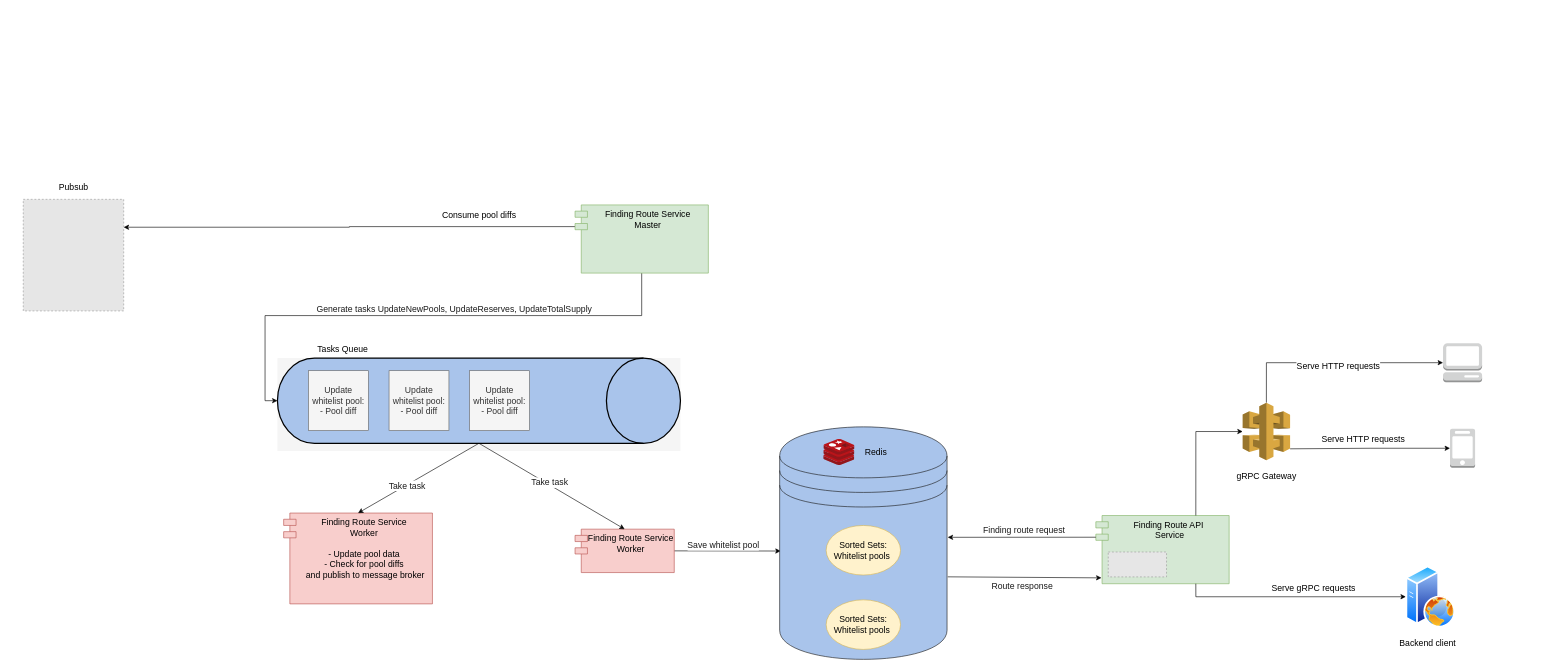
Before: Finding route service diagram.drawio in piavgh/draw.io-data, a draw.io diagram. Source tidied: cells renumbered, new cells numbered last; positions are measured from the earlier drawing's top-left corner, leaving out a move shared by most shapes. Both pictures are drawn from the tidied source at 62%, with x=0, y=0 at pixel (23, 180). Pictures stored in the file or linked from it are replaced by grey dashed boxes.
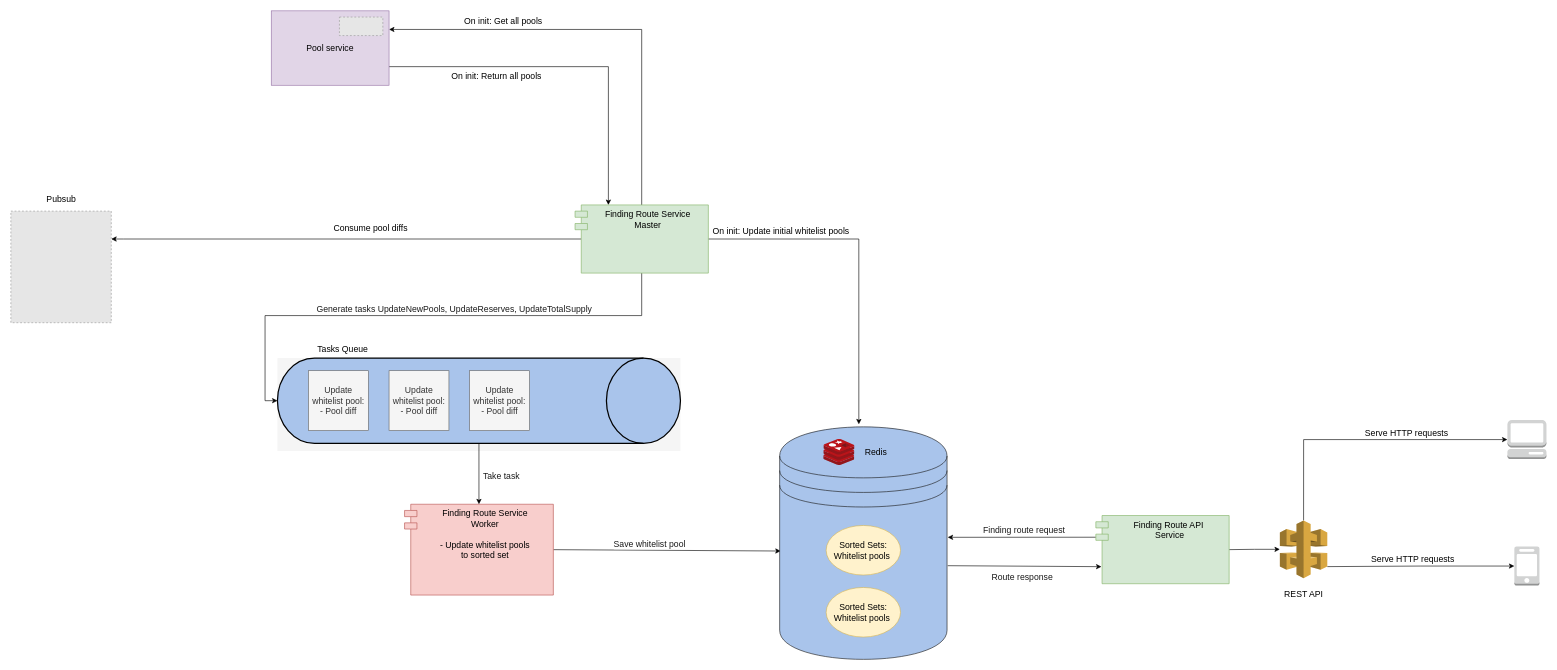
Above is the later version.

The change refers to these unchanged cells:
```xml
<mxCell id="8" style="group;fontStyle=0;fillColor=#f5f5f5;fontColor=#333333;strokeColor=none;fontSize=14;" parent="1" vertex="1">
  <mxGeometry x="410" y="286" width="650" height="150" as="geometry" />
</mxCell>
<mxCell id="9" style="strokeWidth=2;html=1;shape=mxgraph.flowchart.direct_data;whiteSpace=wrap;fontSize=14;fillColor=#A9C4EB;fontColor=#A9C4EB;fontStyle=0;" parent="8" vertex="1">
  <mxGeometry width="650" height="137.5" as="geometry" />
</mxCell>
<mxCell id="13" style="rounded=0;jettySize=auto;html=1;exitX=0.5;exitY=1;exitDx=0;exitDy=0;exitPerimeter=0;entryX=0.5;entryY=0;entryDx=0;entryDy=0;fontSize=14;fontColor=#1A1A1A;startArrow=none;startFill=0;endArrow=classic;endFill=1;" parent="1" edge="1" source="9" target="7">
  <mxGeometry relative="1" as="geometry" />
</mxCell>
<mxCell id="32" style="outlineConnect=0;dashed=0;verticalLabelPosition=bottom;verticalAlign=top;align=center;html=1;shape=mxgraph.aws3.api_gateway;fillColor=#D9A741;gradientColor=none;fontSize=14;" parent="31" vertex="1">
  <mxGeometry x="16.8" width="76.5" height="93" as="geometry" />
</mxCell>
<mxCell id="41" value="Finding Route Service&#10;Master" style="shape=module;align=left;spacingLeft=20;align=center;verticalAlign=top;fontSize=14;fontStyle=0;fillColor=#d5e8d4;strokeColor=#82b366;" parent="1" vertex="1">
  <mxGeometry x="890" y="39" width="215" height="110" as="geometry" />
</mxCell>
<mxCell id="42" style="group;fontSize=14;" parent="1" vertex="1">
  <mxGeometry x="1220" y="397" width="270" height="375" as="geometry" />
</mxCell>
<mxCell id="43" style="shape=datastore;whiteSpace=wrap;html=1;fontSize=14;fontColor=#1A1A1A;strokeColor=#1A1A1A;fillColor=#A9C4EB;" parent="42" vertex="1">
  <mxGeometry width="270" height="375" as="geometry" />
</mxCell>
<mxCell id="49" style="fillColor=#E6E6E6;strokeColor=#999999;dashed=1;verticalLabelPosition=bottom;labelBackgroundColor=#ffffff;verticalAlign=top;fontSize=14;" parent="48" vertex="1">
  <mxGeometry y="30" width="162" height="180" as="geometry" />
</mxCell>
```

What changed in the source:
```diff
@@
-    <mxCell id="4" style="edgeStyle=none;rounded=0;jettySize=auto;html=1;exitX=1;exitY=0.5;exitDx=0;exitDy=0;fontSize=14;fontColor=#1A1A1A;startArrow=none;startFill=0;endArrow=classic;endFill=1;entryX=0.006;entryY=0.534;entryDx=0;entryDy=0;entryPerimeter=0;" parent="1" edge="1" source="6" target="43">
+    <mxCell id="4" style="edgeStyle=none;rounded=0;jettySize=auto;html=1;exitX=1;exitY=0.5;exitDx=0;exitDy=0;fontSize=14;fontColor=#1A1A1A;startArrow=none;startFill=0;endArrow=classic;endFill=1;entryX=0.006;entryY=0.534;entryDx=0;entryDy=0;entryPerimeter=0;" parent="1" edge="1" source="7" target="43">
       <mxGeometry relative="1" as="geometry" />
     </mxCell>
@@
-    <mxCell id="6" value="Finding Route Service&#10;Worker" style="shape=module;align=left;spacingLeft=20;align=center;verticalAlign=top;fontSize=14;fontStyle=0;fillColor=#f8cecc;strokeColor=#b85450;" parent="1" vertex="1">
-      <mxGeometry x="890" y="562" width="160" height="70" as="geometry" />
-    </mxCell>
-    <mxCell id="7" value="Finding Route Service&#10;Worker&#10;&#10;- Update pool data&#10;- Check for pool diffs&#10; and publish to message broker" style="shape=module;align=left;spacingLeft=20;align=center;verticalAlign=top;fontSize=14;fontStyle=0;fillColor=#f8cecc;strokeColor=#b85450;" parent="1" vertex="1">
-      <mxGeometry x="420" y="536" width="240" height="146.5" as="geometry" />
+    <mxCell id="7" value="Finding Route Service&#10;Worker&#10;&#10;- Update whitelist pools &#10;to sorted set" style="shape=module;align=left;spacingLeft=20;align=center;verticalAlign=top;fontSize=14;fontStyle=0;fillColor=#f8cecc;strokeColor=#b85450;" parent="1" vertex="1">
+      <mxGeometry x="615" y="521.8" width="240" height="146.5" as="geometry" />
     </mxCell>
@@
-    <mxCell id="10" value="&lt;font style=&quot;font-size: 14px;&quot;&gt;Update whitelist pool:&lt;br&gt;- Pool diff&lt;br style=&quot;font-size: 14px;&quot;&gt;&lt;/font&gt;" style="whiteSpace=wrap;html=1;fontSize=14;fillColor=#f5f5f5;spacingLeft=2;spacingBottom=2;spacingRight=2;spacingTop=2;strokeColor=#666666;fontStyle=0;fontColor=#333333;" parent="8" vertex="1">
+    <mxCell id="10" value="&lt;font style=&quot;font-size: 14px;&quot;&gt;Update whitelist pool:&lt;br style=&quot;font-size: 14px;&quot;&gt;- Pool diff&lt;br style=&quot;font-size: 14px;&quot;&gt;&lt;/font&gt;" style="whiteSpace=wrap;html=1;fontSize=14;fillColor=#f5f5f5;spacingLeft=2;spacingBottom=2;spacingRight=2;spacingTop=2;strokeColor=#666666;fontStyle=0;fontColor=#333333;" parent="8" vertex="1">
       <mxGeometry x="50" y="20.4" width="96.6" height="96.6" as="geometry" />
     </mxCell>
-    <mxCell id="11" value="&lt;font style=&quot;font-size: 14px;&quot;&gt;Update whitelist pool:&lt;br&gt;- Pool diff&lt;br style=&quot;font-size: 14px;&quot;&gt;&lt;/font&gt;" style="whiteSpace=wrap;html=1;fontSize=14;fillColor=#f5f5f5;spacingLeft=2;spacingBottom=2;spacingRight=2;spacingTop=2;strokeColor=#666666;fontStyle=0;fontColor=#333333;" parent="8" vertex="1">
+    <mxCell id="11" value="&lt;font style=&quot;font-size: 14px;&quot;&gt;Update whitelist pool:&lt;br style=&quot;font-size: 14px;&quot;&gt;- Pool diff&lt;br style=&quot;font-size: 14px;&quot;&gt;&lt;/font&gt;" style="whiteSpace=wrap;html=1;fontSize=14;fillColor=#f5f5f5;spacingLeft=2;spacingBottom=2;spacingRight=2;spacingTop=2;strokeColor=#666666;fontStyle=0;fontColor=#333333;" parent="8" vertex="1">
       <mxGeometry x="180" y="20.4" width="96.6" height="96.6" as="geometry" />
     </mxCell>
-    <mxCell id="12" value="&lt;font style=&quot;font-size: 14px;&quot;&gt;Update whitelist pool:&lt;br&gt;- Pool diff&lt;br style=&quot;font-size: 14px;&quot;&gt;&lt;/font&gt;" style="whiteSpace=wrap;html=1;fontSize=14;fillColor=#f5f5f5;spacingLeft=2;spacingBottom=2;spacingRight=2;spacingTop=2;strokeColor=#666666;fontStyle=0;fontColor=#333333;" parent="8" vertex="1">
+    <mxCell id="12" value="&lt;font style=&quot;font-size: 14px;&quot;&gt;Update whitelist pool:&lt;br style=&quot;font-size: 14px;&quot;&gt;- Pool diff&lt;br style=&quot;font-size: 14px;&quot;&gt;&lt;/font&gt;" style="whiteSpace=wrap;html=1;fontSize=14;fillColor=#f5f5f5;spacingLeft=2;spacingBottom=2;spacingRight=2;spacingTop=2;strokeColor=#666666;fontStyle=0;fontColor=#333333;" parent="8" vertex="1">
       <mxGeometry x="310" y="20.4" width="96.6" height="96.6" as="geometry" />
     </mxCell>
@@
     <mxCell id="14" value="Take task" style="edgeLabel;html=1;align=center;verticalAlign=middle;fontSize=14;fontColor=#1A1A1A;" parent="13" vertex="1">
       <mxGeometry x="0.2" relative="1" as="geometry">
-        <mxPoint y="1" as="offset" />
+        <mxPoint x="35" y="-6" as="offset" />
       </mxGeometry>
     </mxCell>
-    <mxCell id="15" style="edgeStyle=none;rounded=0;jettySize=auto;html=1;exitX=0.5;exitY=1;exitDx=0;exitDy=0;exitPerimeter=0;entryX=0.5;entryY=0;entryDx=0;entryDy=0;fontSize=14;fontColor=#1A1A1A;startArrow=none;startFill=0;endArrow=classic;endFill=1;" parent="1" edge="1" source="9" target="6">
-      <mxGeometry relative="1" as="geometry" />
-    </mxCell>
-    <mxCell id="16" value="Take task" style="edgeLabel;html=1;align=center;verticalAlign=middle;fontSize=14;fontColor=#1A1A1A;" parent="15" vertex="1">
-      <mxGeometry x="-0.05" y="3" relative="1" as="geometry" />
-    </mxCell>
-    <mxCell id="17" style="group;fontSize=14;" parent="1" vertex="1">
-      <mxGeometry x="1730" y="540" width="215" height="110" as="geometry" />
-    </mxCell>
-    <mxCell id="18" value="Finding Route API&#10; Service" style="shape=module;align=left;spacingLeft=20;align=center;verticalAlign=top;fontSize=14;fontStyle=0;fillColor=#d5e8d4;strokeColor=#82b366;" parent="17" vertex="1">
-      <mxGeometry width="215" height="110" as="geometry" />
-    </mxCell>
-    <mxCell id="19" style="fillColor=#E6E6E6;strokeColor=#999999;dashed=1;verticalLabelPosition=bottom;labelBackgroundColor=default;verticalAlign=top;fontSize=14;" parent="17" vertex="1">
-      <mxGeometry x="20" y="58.8" width="94" height="40.2" as="geometry" />
-    </mxCell>
@@
-    <mxCell id="22" style="edgeStyle=none;rounded=0;jettySize=auto;html=1;exitX=1.004;exitY=0.645;exitDx=0;exitDy=0;entryX=0.042;entryY=0.914;entryDx=0;entryDy=0;entryPerimeter=0;fontSize=14;fontColor=#1A1A1A;startArrow=none;startFill=0;endArrow=classic;endFill=1;exitPerimeter=0;" parent="1" edge="1" source="43" target="18">
-      <mxGeometry relative="1" as="geometry" />
+    <mxCell id="22" style="edgeStyle=none;rounded=0;orthogonalLoop=1;jettySize=auto;html=1;exitX=1.004;exitY=0.645;exitDx=0;exitDy=0;entryX=0.042;entryY=0.914;entryDx=0;entryDy=0;entryPerimeter=0;fontSize=14;fontColor=#1A1A1A;startArrow=none;startFill=0;endArrow=classic;endFill=1;exitPerimeter=0;" parent="1" edge="1">
+      <mxGeometry relative="1" as="geometry">
+        <mxPoint x="1491.1" y="620.9" as="sourcePoint" />
+        <mxPoint x="1739" y="622.5" as="targetPoint" />
+      </mxGeometry>
     </mxCell>
     <mxCell id="23" value="Route response" style="edgeLabel;html=1;align=center;verticalAlign=middle;fontSize=14;fontColor=#1A1A1A;" parent="1" vertex="1">
-      <mxGeometry x="1610" y="653" as="geometry" />
+      <mxGeometry x="1610" y="639" as="geometry" />
     </mxCell>
@@
     <mxCell id="25" style="outlineConnect=0;dashed=0;verticalLabelPosition=bottom;verticalAlign=top;align=center;html=1;shape=mxgraph.aws3.management_console;fillColor=#D2D3D3;gradientColor=none;fontSize=14;fontColor=#1A1A1A;strokeColor=#1A1A1A;" parent="1" vertex="1">
-      <mxGeometry x="2290" y="262" width="63" height="63" as="geometry" />
+      <mxGeometry x="2393.8" y="386" width="63" height="63" as="geometry" />
     </mxCell>
@@
     <mxCell id="27" style="outlineConnect=0;dashed=0;verticalLabelPosition=bottom;verticalAlign=top;align=center;html=1;shape=mxgraph.aws3.mobile_client;fillColor=#D2D3D3;gradientColor=none;fontSize=14;fontColor=#1A1A1A;strokeColor=#1A1A1A;" parent="1" vertex="1">
-      <mxGeometry x="2301.2" y="400" width="40.5" height="63" as="geometry" />
+      <mxGeometry x="2405" y="590" width="40.5" height="63" as="geometry" />
     </mxCell>
-    <mxCell id="28" style="edgeStyle=orthogonalEdgeStyle;rounded=0;jettySize=auto;html=1;entryX=0.75;entryY=1;entryDx=0;entryDy=0;fontSize=14;startArrow=classic;startFill=1;endArrow=none;endFill=0;" parent="1" edge="1" source="38" target="18">
-      <mxGeometry relative="1" as="geometry" />
-    </mxCell>
-    <mxCell id="29" value="Serve gRPC requests" style="edgeLabel;html=1;align=center;verticalAlign=middle;fontSize=14;" parent="28" vertex="1">
-      <mxGeometry x="0.2" y="-3" relative="1" as="geometry">
-        <mxPoint x="66" y="-12" as="offset" />
-      </mxGeometry>
-    </mxCell>
@@
     <mxCell id="31" style="group;fontSize=14;" parent="1" vertex="1">
-      <mxGeometry x="1950" y="358" width="115" height="129" as="geometry" />
+      <mxGeometry x="2010" y="548" width="115" height="129" as="geometry" />
     </mxCell>
@@
-    <mxCell id="33" value="gRPC Gateway" style="text;html=1;align=center;verticalAlign=middle;strokeColor=none;fillColor=none;fontSize=14;" parent="31" vertex="1">
-      <mxGeometry y="109" width="110" height="20" as="geometry" />
+    <mxCell id="33" value="REST API" style="text;html=1;align=center;verticalAlign=middle;strokeColor=none;fillColor=none;fontSize=14;" parent="31" vertex="1">
+      <mxGeometry x="15" y="109" width="80" height="20" as="geometry" />
     </mxCell>
-    <mxCell id="34" style="edgeStyle=orthogonalEdgeStyle;rounded=0;jettySize=auto;html=1;entryX=0.75;entryY=0;entryDx=0;entryDy=0;fontSize=14;startArrow=classic;startFill=1;endArrow=none;endFill=0;" parent="1" edge="1" source="32" target="18">
+    <mxCell id="34" style="edgeStyle=orthogonalEdgeStyle;rounded=0;jettySize=auto;html=1;entryX=1;entryY=0.5;entryDx=0;entryDy=0;fontSize=14;startArrow=classic;startFill=1;endArrow=none;endFill=0;" parent="1" edge="1" source="32" target="18">
       <mxGeometry relative="1" as="geometry" />
     </mxCell>
     <mxCell id="35" value="Serve HTTP requests" style="edgeLabel;html=1;align=center;verticalAlign=middle;fontSize=14;" parent="34" vertex="1">
       <mxGeometry x="-0.01" y="1" relative="1" as="geometry">
-        <mxPoint x="228" y="-135" as="offset" />
+        <mxPoint x="254" y="13" as="offset" />
       </mxGeometry>
     </mxCell>
     <mxCell id="36" value="Serve HTTP requests" style="edgeLabel;html=1;align=center;verticalAlign=middle;fontSize=14;" parent="1" vertex="1">
-      <mxGeometry x="2160" y="416" as="geometry" />
+      <mxGeometry x="2230" y="406" as="geometry" />
     </mxCell>
-    <mxCell id="37" style="group;fontSize=14;" parent="1" vertex="1">
-      <mxGeometry x="2220" y="621" width="100" height="135" as="geometry" />
-    </mxCell>
-    <mxCell id="38" style="perimeter=ellipsePerimeter;html=1;align=center;shadow=0;dashed=0;spacingTop=3;image;image=img/lib/active_directory/web_server.svg;fontSize=14;fontColor=#1A1A1A;strokeColor=#1A1A1A;fillColor=#A9C4EB;" parent="37" vertex="1">
-      <mxGeometry x="10" width="80" height="100" as="geometry" />
-    </mxCell>
-    <mxCell id="39" value="Backend client" style="text;html=1;align=center;verticalAlign=middle;strokeColor=none;fillColor=none;fontSize=14;" parent="37" vertex="1">
-      <mxGeometry x="-10" y="115" width="110" height="20" as="geometry" />
-    </mxCell>
-    <mxCell id="40" style="edgeStyle=orthogonalEdgeStyle;rounded=0;jettySize=auto;html=1;exitX=0;exitY=0;exitDx=0;exitDy=35;exitPerimeter=0;entryX=1;entryY=0.25;entryDx=0;entryDy=0;fontSize=14;" parent="1" edge="1" source="41" target="49">
-      <mxGeometry relative="1" as="geometry" />
+    <mxCell id="40" style="edgeStyle=orthogonalEdgeStyle;rounded=0;jettySize=auto;html=1;exitX=0;exitY=0.5;exitDx=10;exitDy=0;exitPerimeter=0;entryX=1;entryY=0.25;entryDx=0;entryDy=0;fontSize=14;" parent="1" edge="1" source="41" target="49">
+      <mxGeometry relative="1" as="geometry">
+        <Array as="points">
+          <mxPoint x="162" y="94" />
+        </Array>
+      </mxGeometry>
     </mxCell>
+    <mxCell id="52" style="edgeStyle=orthogonalEdgeStyle;rounded=0;jettySize=auto;html=1;exitX=0.5;exitY=0;exitDx=0;exitDy=0;entryX=1;entryY=0.25;entryDx=0;entryDy=0;fontSize=14;" parent="1" edge="1" source="41" target="58">
+      <mxGeometry relative="1" as="geometry" />
+    </mxCell>
+    <mxCell id="53" value="On init: Get all pools" style="edgeLabel;html=1;align=center;verticalAlign=middle;fontSize=14;" parent="52" vertex="1">
+      <mxGeometry x="0.7" y="-5" relative="1" as="geometry">
+        <mxPoint x="80" y="-10" as="offset" />
+      </mxGeometry>
+    </mxCell>
+    <mxCell id="54" style="edgeStyle=orthogonalEdgeStyle;rounded=0;jettySize=auto;html=1;exitX=1;exitY=0.5;exitDx=0;exitDy=0;entryX=0.473;entryY=-0.011;entryDx=0;entryDy=0;entryPerimeter=0;fontSize=14;" parent="1" edge="1" source="41" target="43">
+      <mxGeometry relative="1" as="geometry" />
+    </mxCell>
+    <mxCell id="55" value="On init: Update initial whitelist pools" style="edgeLabel;html=1;align=center;verticalAlign=middle;fontSize=14;" parent="54" vertex="1">
+      <mxGeometry x="-0.82" y="2" relative="1" as="geometry">
+        <mxPoint x="67" y="-11" as="offset" />
+      </mxGeometry>
+    </mxCell>
@@
     <mxCell id="47" value="Sorted Sets: Whitelist pools&amp;nbsp;" style="ellipse;whiteSpace=wrap;html=1;fillColor=#fff2cc;strokeColor=#d6b656;fontSize=14;" parent="42" vertex="1">
-      <mxGeometry x="75" y="279" width="120" height="80" as="geometry" />
+      <mxGeometry x="75" y="259" width="120" height="80" as="geometry" />
     </mxCell>
     <mxCell id="48" style="group;fontSize=14;" parent="1" vertex="1">
-      <mxGeometry width="162" height="210" as="geometry" />
+      <mxGeometry x="-20" y="19" width="162" height="210" as="geometry" />
     </mxCell>
@@
     <mxCell id="51" value="Consume pool diffs" style="text;html=1;align=center;verticalAlign=middle;strokeColor=none;fillColor=none;fontSize=14;" parent="1" vertex="1">
-      <mxGeometry x="665" y="46" width="140" height="20" as="geometry" />
+      <mxGeometry x="490" y="66" width="140" height="20" as="geometry" />
     </mxCell>
+    <mxCell id="18" value="Finding Route API&#10; Service" style="shape=module;align=left;spacingLeft=20;align=center;verticalAlign=top;fontSize=14;fontStyle=0;fillColor=#d5e8d4;strokeColor=#82b366;" parent="1" vertex="1">
+      <mxGeometry x="1730" y="540" width="215" height="110" as="geometry" />
+    </mxCell>
+    <mxCell id="56" style="edgeStyle=orthogonalEdgeStyle;rounded=0;jettySize=auto;html=1;exitX=1;exitY=0.75;exitDx=0;exitDy=0;entryX=0.25;entryY=0;entryDx=0;entryDy=0;fontSize=14;" parent="1" edge="1" source="58" target="41">
+      <mxGeometry relative="1" as="geometry" />
+    </mxCell>
+    <mxCell id="57" value="On init: Return all pools" style="edgeLabel;html=1;align=center;verticalAlign=middle;fontSize=14;" parent="56" vertex="1">
+      <mxGeometry x="-0.64" y="-5" relative="1" as="geometry">
+        <mxPoint x="68" y="10" as="offset" />
+      </mxGeometry>
+    </mxCell>
+    <mxCell id="58" value="Pool service" style="rounded=0;whiteSpace=wrap;html=1;fontSize=14;fillColor=#e1d5e7;strokeColor=#9673a6;" parent="1" vertex="1">
+      <mxGeometry x="400" y="-274" width="190" height="120" as="geometry" />
+    </mxCell>
+    <mxCell id="59" style="fillColor=#E6E6E6;strokeColor=#999999;dashed=1;verticalLabelPosition=bottom;labelBackgroundColor=default;verticalAlign=top;fontSize=14;" parent="1" vertex="1">
+      <mxGeometry x="510" y="-264" width="70" height="29.9" as="geometry" />
+    </mxCell>
```
